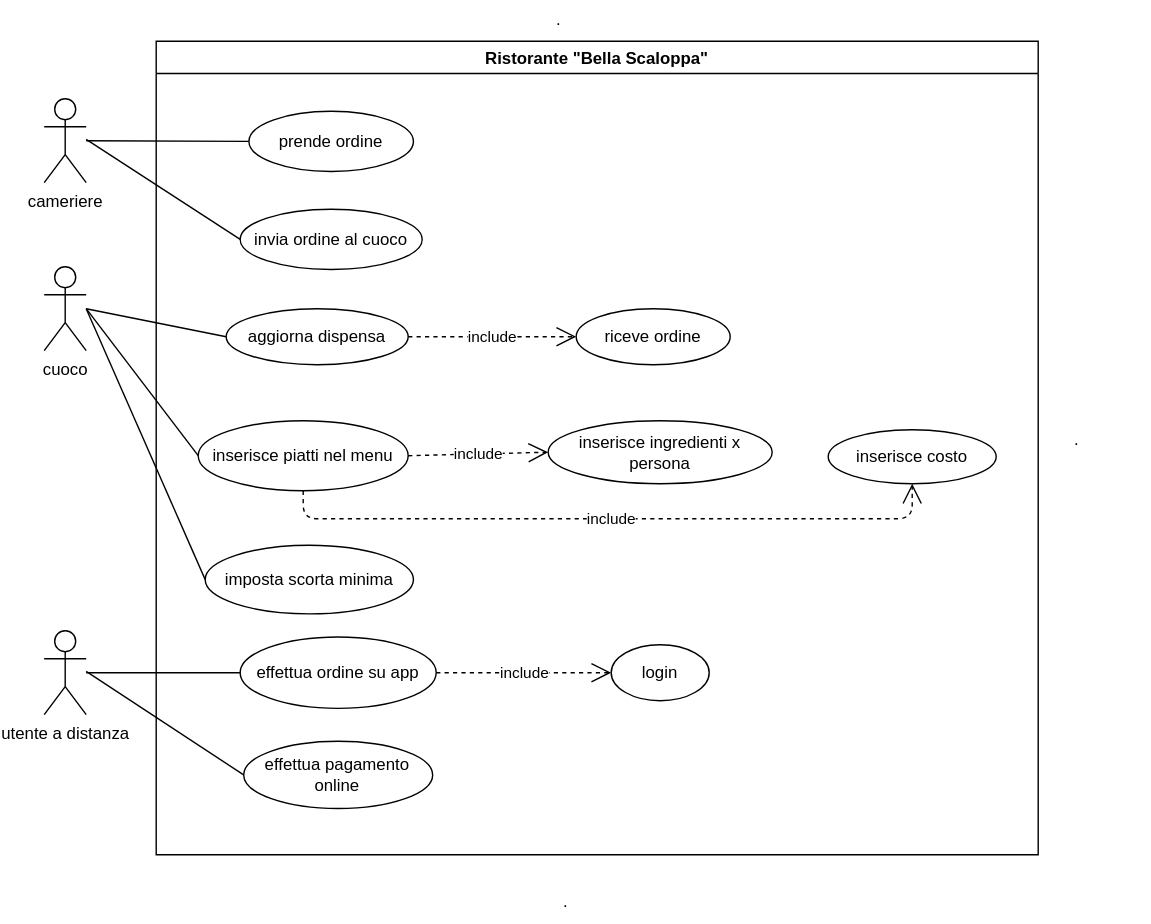
The draw.io diagram ExamUseCaseDiagram.svg in Santeenee/ExamProject, before a commit. Source tidied: cells renumbered, new cells last; positions are measured from the earlier drawing's top-left corner, leaving out a move shared by most shapes.
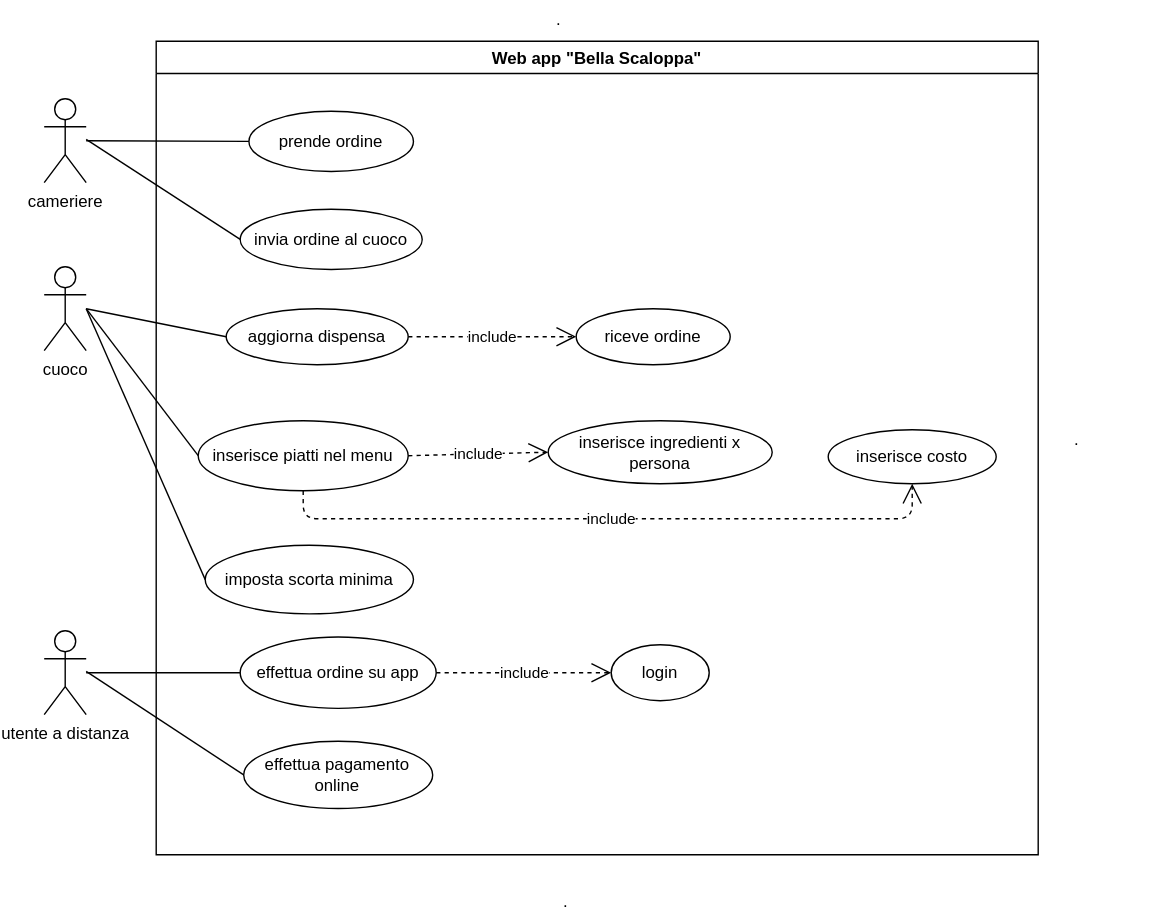
The same file after the commit.

Change to the diagram source:
```diff
@@ -11,7 +11,7 @@
     <mxCell id="4" value="utente a distanza" style="shape=umlActor;verticalLabelPosition=bottom;verticalAlign=top;html=1;outlineConnect=0;" parent="1" vertex="1">
       <mxGeometry y="450" width="30" height="60" as="geometry" />
     </mxCell>
-    <mxCell id="5" value="Ristorante &quot;Bella Scaloppa&quot;" style="swimlane;" parent="1" vertex="1">
+    <mxCell id="5" value="Web app &quot;Bella Scaloppa&quot;" style="swimlane;" parent="1" vertex="1">
       <mxGeometry x="80" y="29" width="630" height="581" as="geometry" />
     </mxCell>
     <mxCell id="6" value="prende ordine" style="ellipse;whiteSpace=wrap;html=1;" parent="5" vertex="1">
```
